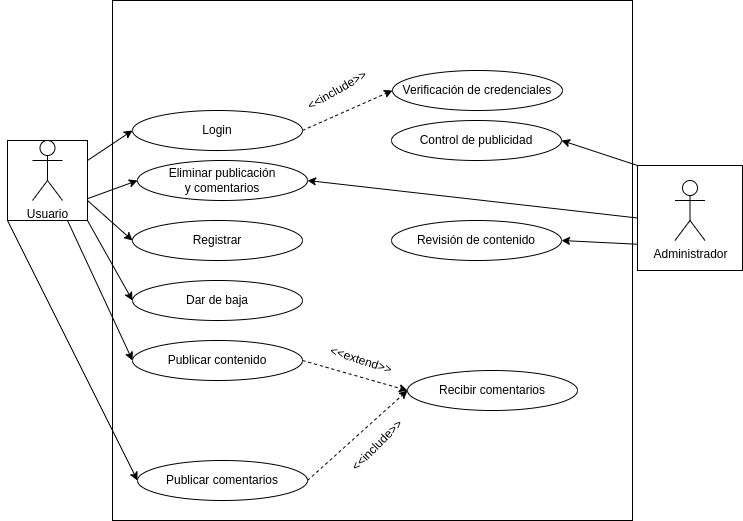
The draw.io diagram Casos-de-uso/Red-Social/diagrama.drawio.png in IsaiasTolP/Tareas_Markdown, before a commit. Source tidied: cells renumbered, new cells last; positions are measured from the earlier drawing's top-left corner, leaving out a move shared by most shapes. The source it was exported from:
```xml
<mxGraphModel>
  <root>
    <mxCell id="0" />
    <mxCell id="1" parent="0" />
    <mxCell id="2" style="whiteSpace=wrap;html=1;fontColor=#000000;labelBorderColor=#000000;labelBackgroundColor=#FFFFFF;" parent="1" vertex="1">
      <mxGeometry x="105" width="520" height="520" as="geometry" />
    </mxCell>
    <mxCell id="3" style="edgeStyle=none;html=1;exitX=0;exitY=0.75;exitDx=0;exitDy=0;entryX=1;entryY=0.5;entryDx=0;entryDy=0;" parent="1" edge="1" source="6" target="25">
      <mxGeometry relative="1" as="geometry" />
    </mxCell>
    <mxCell id="4" style="edgeStyle=none;html=1;exitX=0;exitY=0;exitDx=0;exitDy=0;entryX=1;entryY=0.5;entryDx=0;entryDy=0;" parent="1" edge="1" source="6" target="26">
      <mxGeometry relative="1" as="geometry" />
    </mxCell>
    <mxCell id="5" style="edgeStyle=none;html=1;exitX=0;exitY=0.5;exitDx=0;exitDy=0;entryX=1;entryY=0.5;entryDx=0;entryDy=0;" parent="1" edge="1" source="6" target="16">
      <mxGeometry relative="1" as="geometry" />
    </mxCell>
    <mxCell id="6" style="whiteSpace=wrap;html=1;labelBackgroundColor=#FFFFFF;fontColor=#000000;" parent="1" vertex="1">
      <mxGeometry x="630" y="165" width="105" height="105" as="geometry" />
    </mxCell>
    <mxCell id="7" style="edgeStyle=none;html=1;exitX=1;exitY=0.25;exitDx=0;exitDy=0;entryX=0;entryY=0.5;entryDx=0;entryDy=0;fontColor=#000000;" parent="1" edge="1" source="13" target="18">
      <mxGeometry relative="1" as="geometry" />
    </mxCell>
    <mxCell id="8" style="edgeStyle=none;html=1;exitX=1;exitY=0.75;exitDx=0;exitDy=0;entryX=0;entryY=0.5;entryDx=0;entryDy=0;fontColor=#000000;" parent="1" edge="1" source="13" target="20">
      <mxGeometry relative="1" as="geometry" />
    </mxCell>
    <mxCell id="9" style="edgeStyle=none;html=1;exitX=1;exitY=1;exitDx=0;exitDy=0;entryX=0;entryY=0.5;entryDx=0;entryDy=0;fontColor=#000000;" parent="1" edge="1" source="13" target="21">
      <mxGeometry relative="1" as="geometry" />
    </mxCell>
    <mxCell id="10" style="edgeStyle=none;html=1;exitX=0.75;exitY=1;exitDx=0;exitDy=0;entryX=0;entryY=0.5;entryDx=0;entryDy=0;fontColor=#000000;" parent="1" edge="1" source="13" target="23">
      <mxGeometry relative="1" as="geometry" />
    </mxCell>
    <mxCell id="11" style="edgeStyle=none;html=1;exitX=0.25;exitY=1;exitDx=0;exitDy=0;entryX=0;entryY=0.5;entryDx=0;entryDy=0;" parent="1" edge="1" source="13" target="16">
      <mxGeometry relative="1" as="geometry" />
    </mxCell>
    <mxCell id="12" style="edgeStyle=none;html=1;exitX=0;exitY=1;exitDx=0;exitDy=0;entryX=0;entryY=0.5;entryDx=0;entryDy=0;" parent="1" edge="1" source="13" target="30">
      <mxGeometry relative="1" as="geometry" />
    </mxCell>
    <mxCell id="13" style="whiteSpace=wrap;html=1;labelBackgroundColor=#FFFFFF;fontColor=#000000;" parent="1" vertex="1">
      <mxGeometry y="140" width="80" height="80" as="geometry" />
    </mxCell>
    <mxCell id="14" value="Usuario" style="shape=umlActor;verticalLabelPosition=bottom;verticalAlign=top;html=1;fontColor=#000000;" parent="1" vertex="1">
      <mxGeometry x="25" y="140" width="30" height="60" as="geometry" />
    </mxCell>
    <mxCell id="15" value="Administrador" style="shape=umlActor;verticalLabelPosition=bottom;verticalAlign=top;html=1;fontColor=#000000;" parent="1" vertex="1">
      <mxGeometry x="667.5" y="180" width="30" height="60" as="geometry" />
    </mxCell>
    <mxCell id="16" value="Eliminar publicación&lt;br&gt;y comentarios" style="ellipse;whiteSpace=wrap;html=1;labelBackgroundColor=#FFFFFF;fontColor=#000000;" parent="1" vertex="1">
      <mxGeometry x="130" y="160" width="170" height="40" as="geometry" />
    </mxCell>
    <mxCell id="17" style="edgeStyle=none;html=1;exitX=1;exitY=0.5;exitDx=0;exitDy=0;entryX=0;entryY=0.5;entryDx=0;entryDy=0;fontColor=#000000;endArrow=classic;endFill=1;dashed=1;" parent="1" edge="1" source="18" target="19">
      <mxGeometry relative="1" as="geometry" />
    </mxCell>
    <mxCell id="18" value="Login" style="ellipse;whiteSpace=wrap;html=1;labelBackgroundColor=#FFFFFF;fontColor=#000000;" parent="1" vertex="1">
      <mxGeometry x="125" y="110" width="170" height="40" as="geometry" />
    </mxCell>
    <mxCell id="19" value="Verificación de credenciales" style="ellipse;whiteSpace=wrap;html=1;labelBackgroundColor=#FFFFFF;fontColor=#000000;" parent="1" vertex="1">
      <mxGeometry x="385" y="70" width="170" height="40" as="geometry" />
    </mxCell>
    <mxCell id="20" value="Registrar" style="ellipse;whiteSpace=wrap;html=1;labelBackgroundColor=#FFFFFF;fontColor=#000000;" parent="1" vertex="1">
      <mxGeometry x="125" y="220" width="170" height="40" as="geometry" />
    </mxCell>
    <mxCell id="21" value="Dar de baja" style="ellipse;whiteSpace=wrap;html=1;labelBackgroundColor=#FFFFFF;fontColor=#000000;" parent="1" vertex="1">
      <mxGeometry x="125" y="280" width="170" height="40" as="geometry" />
    </mxCell>
    <mxCell id="22" style="edgeStyle=none;html=1;exitX=1;exitY=0.5;exitDx=0;exitDy=0;entryX=0;entryY=0.5;entryDx=0;entryDy=0;dashed=1;" parent="1" edge="1" source="23" target="27">
      <mxGeometry relative="1" as="geometry" />
    </mxCell>
    <mxCell id="23" value="Publicar contenido" style="ellipse;whiteSpace=wrap;html=1;labelBackgroundColor=#FFFFFF;fontColor=#000000;" parent="1" vertex="1">
      <mxGeometry x="125" y="340" width="170" height="40" as="geometry" />
    </mxCell>
    <mxCell id="24" value="&amp;lt;&amp;lt;include&amp;gt;&amp;gt;" style="text;html=1;strokeColor=none;fillColor=none;align=center;verticalAlign=middle;whiteSpace=wrap;rounded=0;labelBackgroundColor=#FFFFFF;fontColor=#000000;rotation=-30;" parent="1" vertex="1">
      <mxGeometry x="300" y="75" width="60" height="30" as="geometry" />
    </mxCell>
    <mxCell id="25" value="Revisión de contenido" style="ellipse;whiteSpace=wrap;html=1;labelBackgroundColor=#FFFFFF;fontColor=#000000;" parent="1" vertex="1">
      <mxGeometry x="384" y="220" width="170" height="40" as="geometry" />
    </mxCell>
    <mxCell id="26" value="Control de publicidad" style="ellipse;whiteSpace=wrap;html=1;labelBackgroundColor=#FFFFFF;fontColor=#000000;" parent="1" vertex="1">
      <mxGeometry x="384" y="120" width="170" height="40" as="geometry" />
    </mxCell>
    <mxCell id="27" value="Recibir comentarios" style="ellipse;whiteSpace=wrap;html=1;labelBackgroundColor=#FFFFFF;fontColor=#000000;" parent="1" vertex="1">
      <mxGeometry x="400" y="370" width="170" height="40" as="geometry" />
    </mxCell>
    <mxCell id="28" value="&amp;lt;&amp;lt;extend&amp;gt;&amp;gt;" style="text;html=1;strokeColor=none;fillColor=none;align=center;verticalAlign=middle;whiteSpace=wrap;rounded=0;labelBackgroundColor=#FFFFFF;fontColor=#000000;rotation=18;" parent="1" vertex="1">
      <mxGeometry x="324" y="345" width="60" height="30" as="geometry" />
    </mxCell>
    <mxCell id="29" style="edgeStyle=none;html=1;exitX=1;exitY=0.5;exitDx=0;exitDy=0;entryX=0;entryY=0.5;entryDx=0;entryDy=0;dashed=1;" parent="1" edge="1" source="30" target="27">
      <mxGeometry relative="1" as="geometry" />
    </mxCell>
    <mxCell id="30" value="Publicar comentarios" style="ellipse;whiteSpace=wrap;html=1;labelBackgroundColor=#FFFFFF;fontColor=#000000;" parent="1" vertex="1">
      <mxGeometry x="130" y="460" width="170" height="40" as="geometry" />
    </mxCell>
    <mxCell id="31" value="&amp;lt;&amp;lt;include&amp;gt;&amp;gt;" style="text;html=1;strokeColor=none;fillColor=none;align=center;verticalAlign=middle;whiteSpace=wrap;rounded=0;labelBackgroundColor=#FFFFFF;fontColor=#000000;rotation=-45;" parent="1" vertex="1">
      <mxGeometry x="340" y="430" width="60" height="30" as="geometry" />
    </mxCell>
  </root>
</mxGraphModel>
```
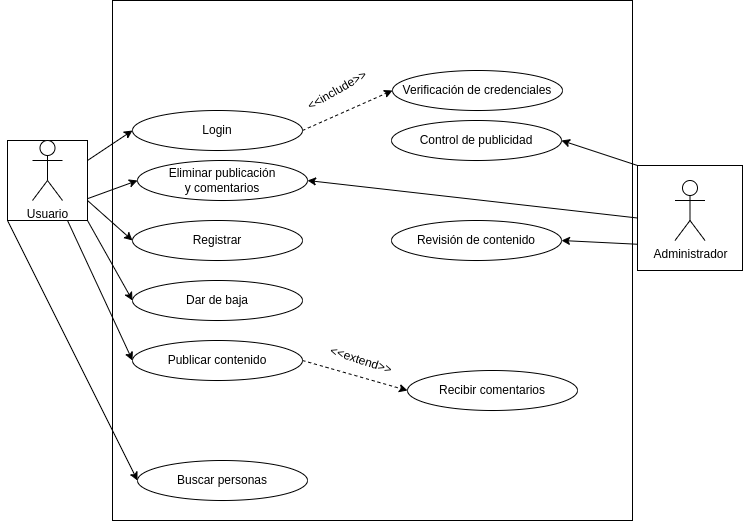
Later version of the same file.

Change to the diagram source:
```diff
@@ -83,14 +83,8 @@
     <mxCell id="28" value="&amp;lt;&amp;lt;extend&amp;gt;&amp;gt;" style="text;html=1;strokeColor=none;fillColor=none;align=center;verticalAlign=middle;whiteSpace=wrap;rounded=0;labelBackgroundColor=#FFFFFF;fontColor=#000000;rotation=18;" parent="1" vertex="1">
       <mxGeometry x="324" y="345" width="60" height="30" as="geometry" />
     </mxCell>
-    <mxCell id="29" style="edgeStyle=none;html=1;exitX=1;exitY=0.5;exitDx=0;exitDy=0;entryX=0;entryY=0.5;entryDx=0;entryDy=0;dashed=1;" parent="1" edge="1" source="30" target="27">
-      <mxGeometry relative="1" as="geometry" />
-    </mxCell>
-    <mxCell id="30" value="Publicar comentarios" style="ellipse;whiteSpace=wrap;html=1;labelBackgroundColor=#FFFFFF;fontColor=#000000;" parent="1" vertex="1">
+    <mxCell id="30" value="Buscar personas" style="ellipse;whiteSpace=wrap;html=1;labelBackgroundColor=#FFFFFF;fontColor=#000000;" parent="1" vertex="1">
       <mxGeometry x="130" y="460" width="170" height="40" as="geometry" />
     </mxCell>
-    <mxCell id="31" value="&amp;lt;&amp;lt;include&amp;gt;&amp;gt;" style="text;html=1;strokeColor=none;fillColor=none;align=center;verticalAlign=middle;whiteSpace=wrap;rounded=0;labelBackgroundColor=#FFFFFF;fontColor=#000000;rotation=-45;" parent="1" vertex="1">
-      <mxGeometry x="340" y="430" width="60" height="30" as="geometry" />
-    </mxCell>
   </root>
 </mxGraphModel>
```
